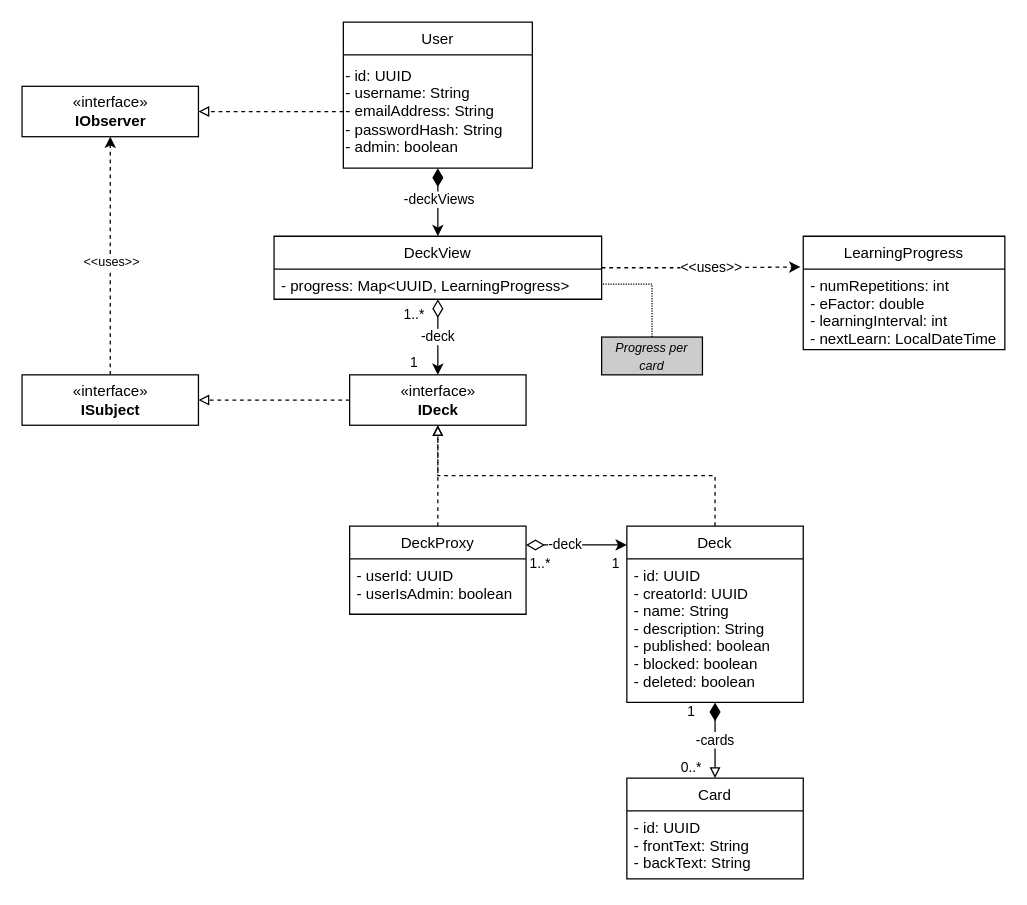
This is Diagrams/Domain Model.drawio from FabioPlunser/SWA-Project, a draw.io file, before an edit. Source tidied: cells renumbered, new cells numbered last; positions are measured from the earlier drawing's top-left corner, leaving out a move shared by most shapes. Both pictures are drawn from the tidied source at 126%, with x=0, y=0 at pixel (21, 21).
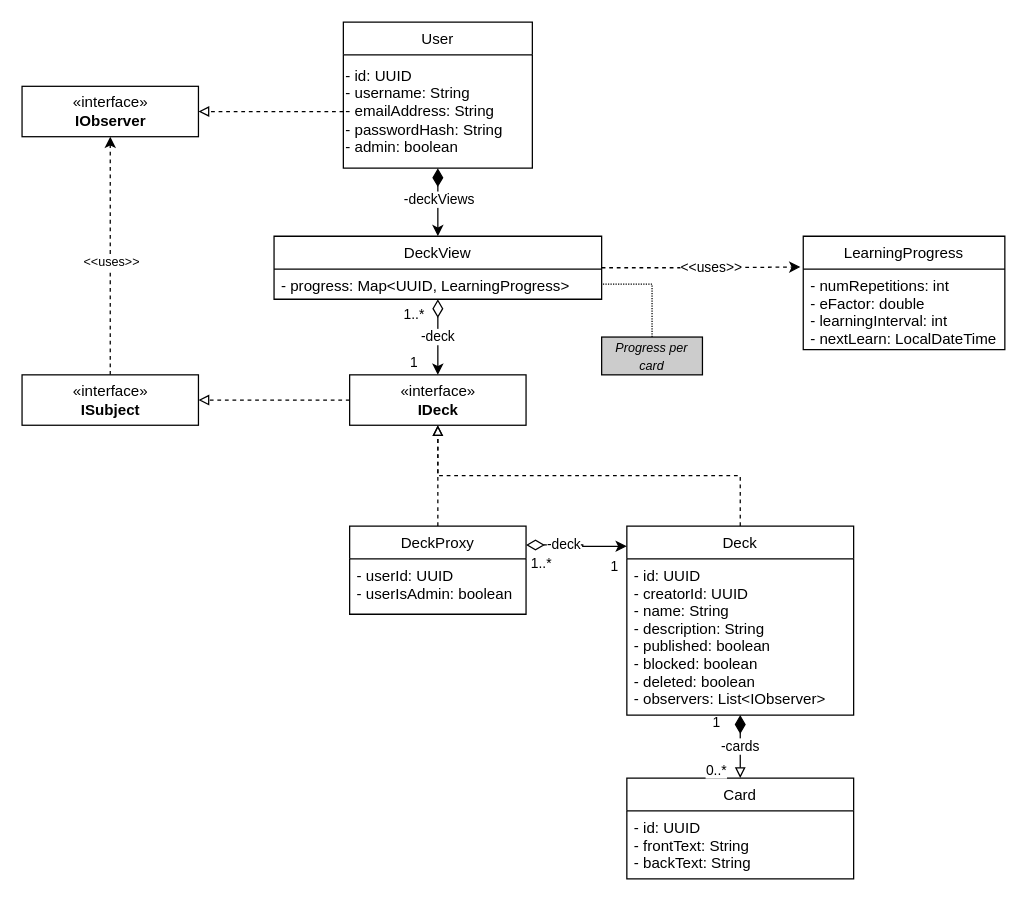
Above is the later version.

Commit message:
Added observers to Class Deck in domain model diagram

Unchanged cells that the change refers to:
```xml
<mxCell id="18" value="&lt;div&gt;«interface»&lt;b&gt;&lt;br&gt;&lt;/b&gt;&lt;/div&gt;&lt;div&gt;&lt;b&gt;IDeck&lt;/b&gt;&lt;/div&gt;" style="html=1;" parent="1" vertex="1">
  <mxGeometry x="260" y="280" width="140" height="40" as="geometry" />
</mxCell>
```

The edit, as a diff of the source:
```diff
@@
     <mxCell id="2" value="Card" style="swimlane;fontStyle=0;horizontal=1;startSize=26;fillColor=none;" parent="1" vertex="1">
-      <mxGeometry x="480" y="600" width="140" height="80" as="geometry" />
+      <mxGeometry x="480" y="600" width="180" height="80" as="geometry" />
     </mxCell>
     <mxCell id="3" value="- id: UUID&#10;- frontText: String&#10;- backText: String" style="text;strokeColor=none;fillColor=none;align=left;verticalAlign=top;spacingLeft=4;spacingRight=4;overflow=hidden;" parent="2" vertex="1">
-      <mxGeometry y="26" width="140" height="54" as="geometry" />
+      <mxGeometry y="26" width="180" height="54" as="geometry" />
     </mxCell>
@@
-    <mxCell id="7" style="edgeStyle=orthogonalEdgeStyle;rounded=0;jettySize=auto;html=1;entryX=0.5;entryY=1;entryDx=0;entryDy=0;dashed=1;startArrow=none;startFill=0;endArrow=block;endFill=0;startSize=12;" parent="1" edge="1" source="8" target="18">
+    <mxCell id="7" style="edgeStyle=orthogonalEdgeStyle;rounded=0;jettySize=auto;html=1;entryX=0.5;entryY=1;entryDx=0;entryDy=0;dashed=1;startArrow=none;startFill=0;endArrow=block;endFill=0;startSize=12;exitX=0.5;exitY=0;exitDx=0;exitDy=0;" parent="1" edge="1" source="8" target="18">
       <mxGeometry relative="1" as="geometry">
         <Array as="points">
-          <mxPoint x="550" y="360" />
+          <mxPoint x="570" y="360" />
           <mxPoint x="330" y="360" />
         </Array>
       </mxGeometry>
     </mxCell>
     <mxCell id="8" value="Deck" style="swimlane;fontStyle=0;horizontal=1;startSize=26;fillColor=none;" parent="1" vertex="1">
-      <mxGeometry x="480" y="400" width="140" height="140" as="geometry" />
+      <mxGeometry x="480" y="400" width="180" height="150" as="geometry" />
     </mxCell>
-    <mxCell id="9" value="- id: UUID &#10;- creatorId: UUID&#10;- name: String&#10;- description: String&#10;- published: boolean&#10;- blocked: boolean&#10;- deleted: boolean" style="text;strokeColor=none;fillColor=none;align=left;verticalAlign=top;spacingLeft=4;spacingRight=4;overflow=hidden;" parent="8" vertex="1">
-      <mxGeometry y="26" width="140" height="114" as="geometry" />
+    <mxCell id="9" value="- id: UUID &#10;- creatorId: UUID&#10;- name: String&#10;- description: String&#10;- published: boolean&#10;- blocked: boolean&#10;- deleted: boolean&#10;- observers: List&lt;IObserver&gt;&#10;" style="text;strokeColor=none;fillColor=none;align=left;verticalAlign=top;spacingLeft=4;spacingRight=4;overflow=hidden;" parent="8" vertex="1">
+      <mxGeometry y="26" width="180" height="124" as="geometry" />
     </mxCell>
```
